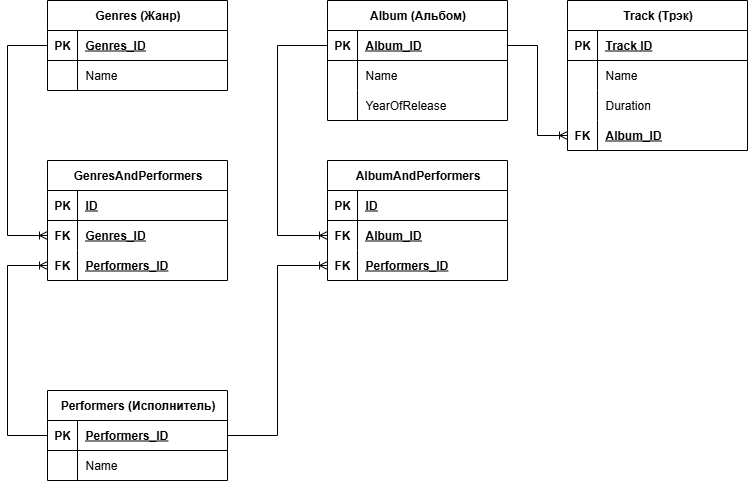
This is Databases/01-DatabaseModel/MusicSite.drawio.png from BOSS-OIOKTPP/Homeworks_Netology_C_plus_plus, a draw.io export, as it was before one commit. Source tidied: cells renumbered, new cells last; positions are measured from the earlier drawing's top-left corner, leaving out a move shared by most shapes.
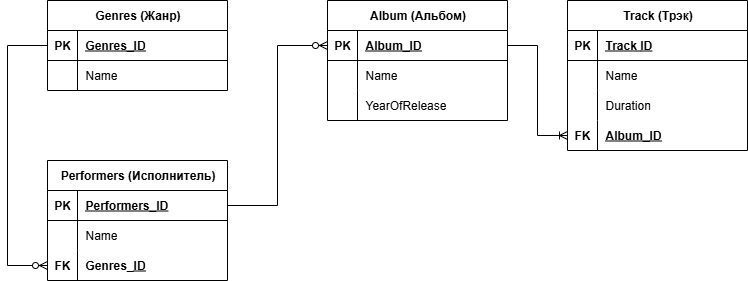
The same file after the commit.

Change to the diagram source:
```diff
@@ -24,7 +24,7 @@
       <mxGeometry x="30" width="150" height="30" as="geometry" />
     </mxCell>
     <mxCell id="9" value="Performers (Исполнитель)" style="shape=table;startSize=30;rowLines=0;fontStyle=1;align=center;html=1;" parent="1" vertex="1">
-      <mxGeometry x="40" y="390" width="180" height="90" as="geometry" />
+      <mxGeometry x="40" y="160" width="180" height="120" as="geometry" />
     </mxCell>
     <mxCell id="10" style="shape=tableRow;horizontal=0;startSize=0;swimlaneHead=0;swimlaneBody=0;fillColor=none;points=[[0,0.5],[1,0.5]];portConstraint=eastwest;top=0;left=0;right=0;bottom=1;" parent="9" vertex="1">
       <mxGeometry y="30" width="180" height="30" as="geometry" />
@@ -44,6 +44,15 @@
     <mxCell id="15" value="Name" style="shape=partialRectangle;fillColor=none;top=0;left=0;bottom=0;right=0;align=left;spacingLeft=6;overflow=hidden;whiteSpace=wrap;html=1;" parent="13" vertex="1">
       <mxGeometry x="30" width="150" height="30" as="geometry" />
     </mxCell>
+    <mxCell id="64" style="shape=tableRow;horizontal=0;startSize=0;swimlaneHead=0;swimlaneBody=0;fillColor=none;points=[[0,0.5],[1,0.5]];portConstraint=eastwest;top=0;left=0;right=0;bottom=0;" parent="9" vertex="1">
+      <mxGeometry y="90" width="180" height="30" as="geometry" />
+    </mxCell>
+    <mxCell id="65" value="&lt;span style=&quot;font-weight: 700;&quot;&gt;FK&lt;/span&gt;" style="shape=partialRectangle;fillColor=none;top=0;left=0;bottom=0;right=0;overflow=hidden;whiteSpace=wrap;html=1;" parent="64" vertex="1">
+      <mxGeometry width="30" height="30" as="geometry" />
+    </mxCell>
+    <mxCell id="47" value="&lt;span style=&quot;font-weight: 700; white-space-collapse: preserve;&quot; class=&quot;aNeGP0gI0B9AV8JaHPyH&quot;&gt;&lt;span style=&quot;text-align: center; white-space: nowrap;&quot;&gt;Genres&lt;/span&gt;_&lt;/span&gt;&lt;span style=&quot;font-weight: 700; text-decoration-line: underline;&quot;&gt;ID&lt;/span&gt;" style="shape=partialRectangle;fillColor=none;top=0;left=0;bottom=0;right=0;align=left;spacingLeft=6;overflow=hidden;whiteSpace=wrap;html=1;" parent="64" vertex="1">
+      <mxGeometry x="30" width="150" height="30" as="geometry" />
+    </mxCell>
     <mxCell id="16" value="Аlbum (Альбом)" style="shape=table;startSize=30;rowLines=0;fontStyle=1;align=center;html=1;" parent="1" vertex="1">
       <mxGeometry x="320" width="180" height="120" as="geometry" />
     </mxCell>
@@ -113,92 +122,18 @@
     <mxCell id="38" value="&lt;u&gt;&lt;span style=&quot;font-weight: 700; white-space-collapse: preserve;&quot; class=&quot;aNeGP0gI0B9AV8JaHPyH&quot;&gt;&lt;span style=&quot;text-align: center; white-space: nowrap;&quot;&gt;Album&lt;/span&gt;_&lt;/span&gt;&lt;span style=&quot;font-weight: 700;&quot;&gt;ID&lt;/span&gt;&lt;/u&gt;" style="shape=partialRectangle;fillColor=none;top=0;left=0;bottom=0;right=0;align=left;spacingLeft=6;overflow=hidden;whiteSpace=wrap;html=1;" parent="36" vertex="1">
       <mxGeometry x="30" width="150" height="30" as="geometry" />
     </mxCell>
-    <mxCell id="39" style="edgeStyle=elbowEdgeStyle;fontSize=12;html=1;endArrow=ERoneToMany;rounded=0;entryX=0;entryY=0.5;entryDx=0;entryDy=0;exitX=0;exitY=0.5;exitDx=0;exitDy=0;" parent="1" edge="1" source="3" target="45">
-      <mxGeometry relative="1" as="geometry">
-        <Array as="points">
-          <mxPoint y="175" />
-        </Array>
-      </mxGeometry>
-    </mxCell>
-    <mxCell id="40" style="edgeStyle=elbowEdgeStyle;fontSize=12;html=1;endArrow=ERoneToMany;rounded=0;exitX=1;exitY=0.5;exitDx=0;exitDy=0;entryX=0;entryY=0.5;entryDx=0;entryDy=0;" parent="1" edge="1" source="10" target="59">
-      <mxGeometry relative="1" as="geometry" />
-    </mxCell>
-    <mxCell id="41" value="GenresAndPerformers" style="shape=table;startSize=30;rowLines=0;fontStyle=1;align=center;html=1;" parent="1" vertex="1">
-      <mxGeometry x="40" y="160" width="180" height="120" as="geometry" />
-    </mxCell>
-    <mxCell id="42" style="shape=tableRow;horizontal=0;startSize=0;swimlaneHead=0;swimlaneBody=0;fillColor=none;top=0;left=0;right=0;bottom=1;" parent="41" vertex="1">
-      <mxGeometry y="30" width="180" height="30" as="geometry" />
-    </mxCell>
-    <mxCell id="43" value="PK" style="shape=partialRectangle;fillColor=none;top=0;left=0;bottom=0;right=0;fontStyle=1;overflow=hidden;whiteSpace=wrap;html=1;" parent="42" vertex="1">
-      <mxGeometry width="30" height="30" as="geometry" />
-    </mxCell>
-    <mxCell id="44" value="ID" style="shape=partialRectangle;fillColor=none;top=0;left=0;bottom=0;right=0;align=left;spacingLeft=6;fontStyle=5;overflow=hidden;whiteSpace=wrap;html=1;" parent="42" vertex="1">
-      <mxGeometry x="30" width="150" height="30" as="geometry" />
-    </mxCell>
-    <mxCell id="45" style="shape=tableRow;horizontal=0;startSize=0;swimlaneHead=0;swimlaneBody=0;fillColor=none;points=[[0,0.5],[1,0.5]];portConstraint=eastwest;top=0;left=0;right=0;bottom=0;" parent="41" vertex="1">
-      <mxGeometry y="60" width="180" height="30" as="geometry" />
-    </mxCell>
-    <mxCell id="46" value="&lt;span style=&quot;font-weight: 700;&quot;&gt;FK&lt;/span&gt;" style="shape=partialRectangle;fillColor=none;top=0;left=0;bottom=0;right=0;overflow=hidden;whiteSpace=wrap;html=1;" parent="45" vertex="1">
-      <mxGeometry width="30" height="30" as="geometry" />
-    </mxCell>
-    <mxCell id="47" value="&lt;u&gt;&lt;span style=&quot;font-weight: 700; white-space-collapse: preserve;&quot; class=&quot;aNeGP0gI0B9AV8JaHPyH&quot;&gt;&lt;span style=&quot;text-align: center; white-space: nowrap;&quot;&gt;Genres&lt;/span&gt;_&lt;/span&gt;&lt;span style=&quot;font-weight: 700;&quot;&gt;ID&lt;/span&gt;&lt;/u&gt;" style="shape=partialRectangle;fillColor=none;top=0;left=0;bottom=0;right=0;align=left;spacingLeft=6;overflow=hidden;whiteSpace=wrap;html=1;" parent="45" vertex="1">
-      <mxGeometry x="30" width="150" height="30" as="geometry" />
-    </mxCell>
-    <mxCell id="48" style="shape=tableRow;horizontal=0;startSize=0;swimlaneHead=0;swimlaneBody=0;fillColor=none;points=[[0,0.5],[1,0.5]];portConstraint=eastwest;top=0;left=0;right=0;bottom=0;" parent="41" vertex="1">
-      <mxGeometry y="90" width="180" height="30" as="geometry" />
-    </mxCell>
-    <mxCell id="49" value="&lt;span style=&quot;font-weight: 700;&quot;&gt;FK&lt;/span&gt;" style="shape=partialRectangle;fillColor=none;top=0;left=0;bottom=0;right=0;overflow=hidden;whiteSpace=wrap;html=1;" parent="48" vertex="1">
-      <mxGeometry width="30" height="30" as="geometry" />
-    </mxCell>
-    <mxCell id="50" value="&lt;span style=&quot;font-weight: 700; text-decoration-line: underline;&quot;&gt;Performers_ID&lt;/span&gt;" style="shape=partialRectangle;fillColor=none;top=0;left=0;bottom=0;right=0;align=left;spacingLeft=6;overflow=hidden;whiteSpace=wrap;html=1;" parent="48" vertex="1">
-      <mxGeometry x="30" width="150" height="30" as="geometry" />
-    </mxCell>
-    <mxCell id="51" style="edgeStyle=elbowEdgeStyle;fontSize=12;html=1;endArrow=ERoneToMany;rounded=0;exitX=0;exitY=0.5;exitDx=0;exitDy=0;entryX=0;entryY=0.5;entryDx=0;entryDy=0;" parent="1" edge="1" source="10" target="48">
-      <mxGeometry relative="1" as="geometry">
-        <Array as="points">
-          <mxPoint y="350" />
-        </Array>
-      </mxGeometry>
-    </mxCell>
-    <mxCell id="52" value="AlbumAndPerformers" style="shape=table;startSize=30;rowLines=0;fontStyle=1;align=center;html=1;" parent="1" vertex="1">
-      <mxGeometry x="320" y="160" width="180" height="120" as="geometry" />
-    </mxCell>
-    <mxCell id="53" style="shape=tableRow;horizontal=0;startSize=0;swimlaneHead=0;swimlaneBody=0;fillColor=none;top=0;left=0;right=0;bottom=1;" parent="52" vertex="1">
-      <mxGeometry y="30" width="180" height="30" as="geometry" />
-    </mxCell>
-    <mxCell id="54" value="PK" style="shape=partialRectangle;fillColor=none;top=0;left=0;bottom=0;right=0;fontStyle=1;overflow=hidden;whiteSpace=wrap;html=1;" parent="53" vertex="1">
-      <mxGeometry width="30" height="30" as="geometry" />
-    </mxCell>
-    <mxCell id="55" value="ID" style="shape=partialRectangle;fillColor=none;top=0;left=0;bottom=0;right=0;align=left;spacingLeft=6;fontStyle=5;overflow=hidden;whiteSpace=wrap;html=1;" parent="53" vertex="1">
-      <mxGeometry x="30" width="150" height="30" as="geometry" />
-    </mxCell>
-    <mxCell id="56" style="shape=tableRow;horizontal=0;startSize=0;swimlaneHead=0;swimlaneBody=0;fillColor=none;points=[[0,0.5],[1,0.5]];portConstraint=eastwest;top=0;left=0;right=0;bottom=0;" parent="52" vertex="1">
-      <mxGeometry y="60" width="180" height="30" as="geometry" />
-    </mxCell>
-    <mxCell id="57" value="&lt;span style=&quot;font-weight: 700;&quot;&gt;FK&lt;/span&gt;" style="shape=partialRectangle;fillColor=none;top=0;left=0;bottom=0;right=0;overflow=hidden;whiteSpace=wrap;html=1;" parent="56" vertex="1">
-      <mxGeometry width="30" height="30" as="geometry" />
-    </mxCell>
-    <mxCell id="58" value="&lt;u&gt;&lt;span style=&quot;font-weight: 700; white-space-collapse: preserve;&quot; class=&quot;aNeGP0gI0B9AV8JaHPyH&quot;&gt;&lt;span style=&quot;text-align: center; white-space: nowrap;&quot;&gt;Album&lt;/span&gt;_&lt;/span&gt;&lt;span style=&quot;font-weight: 700;&quot;&gt;ID&lt;/span&gt;&lt;/u&gt;" style="shape=partialRectangle;fillColor=none;top=0;left=0;bottom=0;right=0;align=left;spacingLeft=6;overflow=hidden;whiteSpace=wrap;html=1;" parent="56" vertex="1">
-      <mxGeometry x="30" width="150" height="30" as="geometry" />
-    </mxCell>
-    <mxCell id="59" style="shape=tableRow;horizontal=0;startSize=0;swimlaneHead=0;swimlaneBody=0;fillColor=none;points=[[0,0.5],[1,0.5]];portConstraint=eastwest;top=0;left=0;right=0;bottom=0;" parent="52" vertex="1">
-      <mxGeometry y="90" width="180" height="30" as="geometry" />
-    </mxCell>
-    <mxCell id="60" value="&lt;span style=&quot;font-weight: 700;&quot;&gt;FK&lt;/span&gt;" style="shape=partialRectangle;fillColor=none;top=0;left=0;bottom=0;right=0;overflow=hidden;whiteSpace=wrap;html=1;" parent="59" vertex="1">
-      <mxGeometry width="30" height="30" as="geometry" />
-    </mxCell>
-    <mxCell id="61" value="&lt;span style=&quot;font-weight: 700; text-decoration-line: underline;&quot;&gt;Performers_ID&lt;/span&gt;" style="shape=partialRectangle;fillColor=none;top=0;left=0;bottom=0;right=0;align=left;spacingLeft=6;overflow=hidden;whiteSpace=wrap;html=1;" parent="59" vertex="1">
-      <mxGeometry x="30" width="150" height="30" as="geometry" />
-    </mxCell>
-    <mxCell id="62" style="edgeStyle=elbowEdgeStyle;fontSize=12;html=1;endArrow=ERoneToMany;rounded=0;exitX=0;exitY=0.5;exitDx=0;exitDy=0;entryX=0;entryY=0.5;entryDx=0;entryDy=0;" parent="1" edge="1" source="17" target="56">
-      <mxGeometry relative="1" as="geometry">
-        <Array as="points">
-          <mxPoint x="270" y="160" />
-        </Array>
-      </mxGeometry>
-    </mxCell>
     <mxCell id="63" style="edgeStyle=elbowEdgeStyle;fontSize=12;html=1;endArrow=ERoneToMany;rounded=0;exitX=1;exitY=0.5;exitDx=0;exitDy=0;entryX=0;entryY=0.5;entryDx=0;entryDy=0;" parent="1" edge="1" source="17" target="36">
       <mxGeometry relative="1" as="geometry" />
     </mxCell>
+    <mxCell id="66" style="edgeStyle=elbowEdgeStyle;fontSize=12;html=1;endArrow=ERzeroToMany;endFill=1;rounded=0;entryX=0;entryY=0.5;entryDx=0;entryDy=0;exitX=0;exitY=0.5;exitDx=0;exitDy=0;" parent="1" edge="1" source="3" target="64">
+      <mxGeometry relative="1" as="geometry">
+        <Array as="points">
+          <mxPoint y="160" />
+        </Array>
+      </mxGeometry>
+    </mxCell>
+    <mxCell id="67" style="edgeStyle=elbowEdgeStyle;fontSize=12;html=1;endArrow=ERzeroToMany;endFill=1;rounded=0;entryX=0;entryY=0.5;entryDx=0;entryDy=0;exitX=1;exitY=0.5;exitDx=0;exitDy=0;" parent="1" edge="1" source="10" target="17">
+      <mxGeometry relative="1" as="geometry" />
+    </mxCell>
   </root>
 </mxGraphModel>
```
